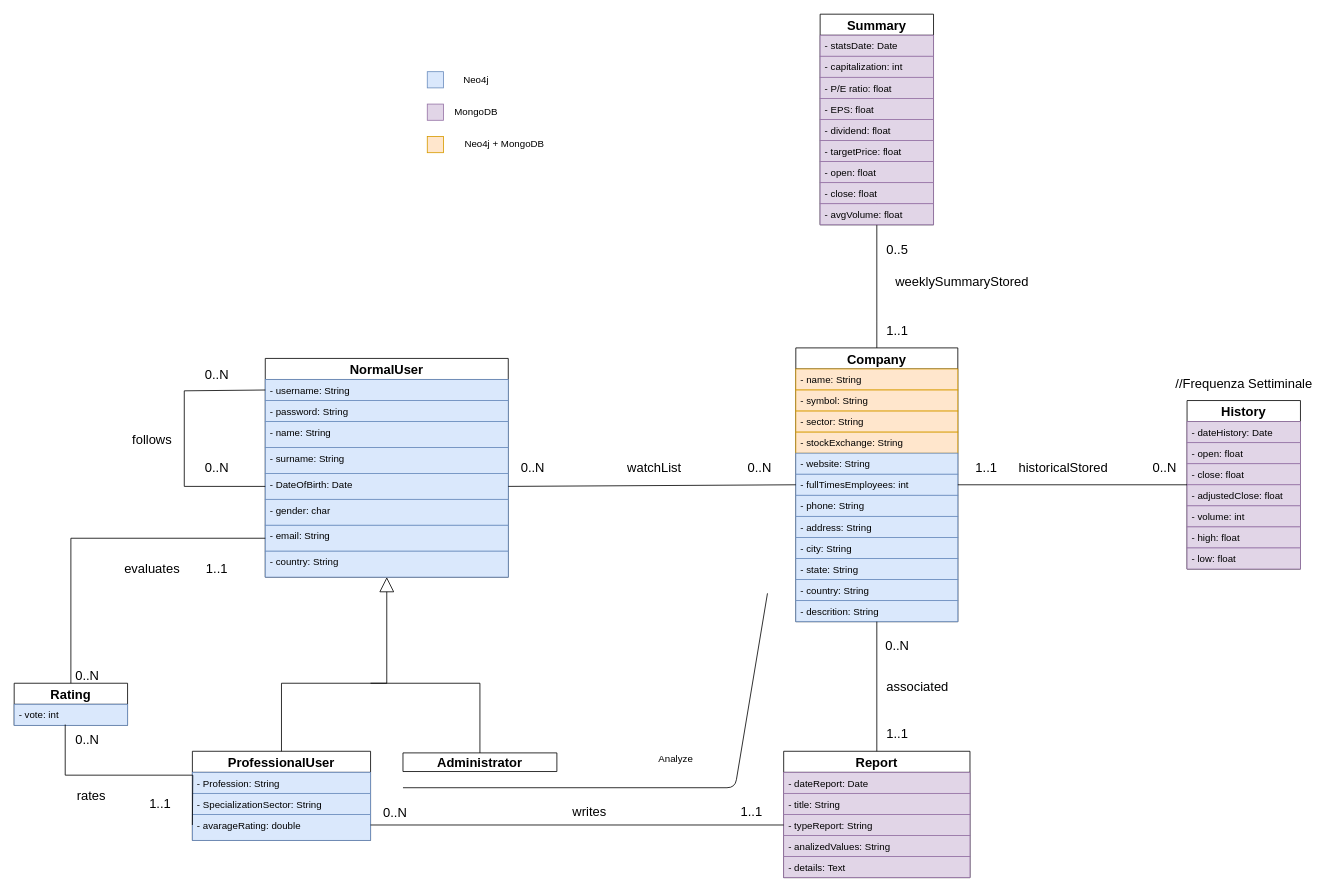
Matteo-Castrignano/CompaniesDiscoveryApplications keeps this draw.io diagram as page "Page-2" (2 of 2) of Diagrammi/ClassesDiagram.drawio. Above is the earlier version. Source tidied: cells renumbered, new cells numbered last; positions are measured from the earlier drawing's top-left corner, leaving out a move shared by most shapes. Both pictures are drawn from the tidied source at 81%, with x=0, y=0 at pixel (14, 14).
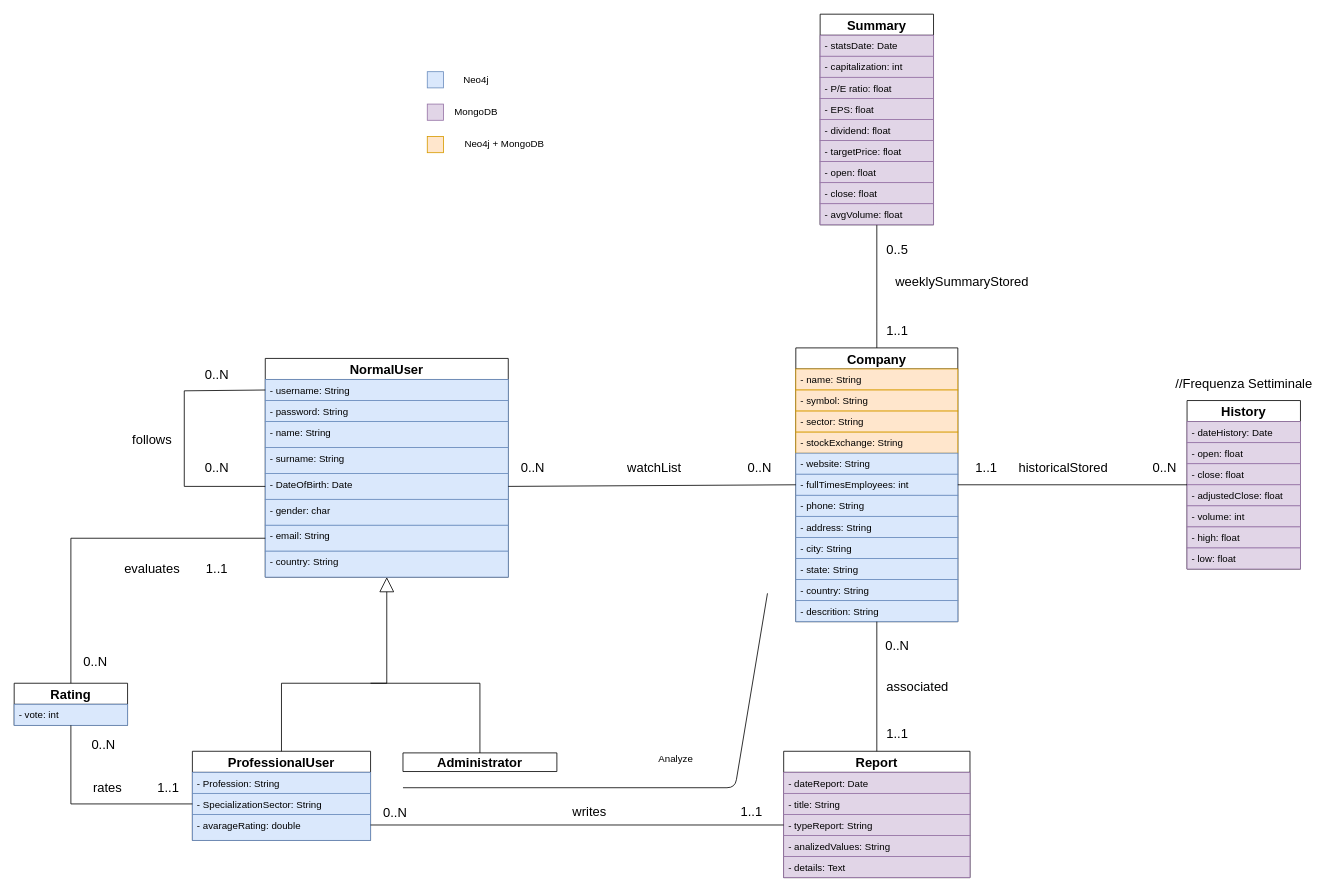
The same diagram, later.

Unchanged cells that the change refers to:
```xml
<mxCell id="14" value="- SpecializationSector: String" style="text;strokeColor=#6c8ebf;fillColor=#dae8fc;align=left;verticalAlign=top;spacingLeft=4;spacingRight=4;overflow=hidden;points=[[0,0.5],[1,0.5]];portConstraint=eastwest;" parent="12" vertex="1">
  <mxGeometry y="52" width="220" height="26" as="geometry" />
</mxCell>
<mxCell id="64" value="Rating" style="swimlane;fontStyle=1;horizontal=1;startSize=26;fillColor=none;fontSize=16;" parent="1" vertex="1">
  <mxGeometry y="826" width="140" height="52" as="geometry" />
</mxCell>
<mxCell id="65" value="- vote: int" style="text;strokeColor=#6c8ebf;fillColor=#dae8fc;align=left;verticalAlign=top;spacingLeft=4;spacingRight=4;overflow=hidden;points=[[0,0.5],[1,0.5]];portConstraint=eastwest;" parent="64" vertex="1">
  <mxGeometry y="26" width="140" height="26" as="geometry" />
</mxCell>
```

What changed in the source:
```diff
@@
-    <mxCell id="67" style="edgeStyle=orthogonalEdgeStyle;rounded=0;jettySize=auto;html=1;exitX=0;exitY=0.5;exitDx=0;exitDy=0;entryX=0.45;entryY=0.962;entryDx=0;entryDy=0;entryPerimeter=0;endArrow=none;endFill=0;strokeColor=#000000;fontSize=16;" parent="1" edge="1" target="65">
+    <mxCell id="67" style="edgeStyle=orthogonalEdgeStyle;rounded=0;jettySize=auto;html=1;endArrow=none;endFill=0;strokeColor=#000000;fontSize=16;exitX=0;exitY=0.5;exitDx=0;exitDy=0;entryX=0.5;entryY=1;entryDx=0;entryDy=0;" parent="1" edge="1" source="14" target="64">
       <mxGeometry relative="1" as="geometry">
-        <mxPoint x="220" y="1001" as="sourcePoint" />
+        <Array as="points">
+          <mxPoint x="70" y="975" />
+        </Array>
       </mxGeometry>
     </mxCell>
@@
     <mxCell id="69" value="rates" style="text;html=1;align=center;verticalAlign=middle;fontSize=16;" parent="1" vertex="1">
-      <mxGeometry x="70" y="955" width="50" height="20" as="geometry" />
+      <mxGeometry x="90" y="945" width="50" height="20" as="geometry" />
     </mxCell>
     <mxCell id="70" value="0..N" style="text;html=1;align=center;verticalAlign=middle;fontSize=16;" parent="1" vertex="1">
-      <mxGeometry x="70" y="806" width="40" height="20" as="geometry" />
+      <mxGeometry x="80" y="789" width="40" height="20" as="geometry" />
     </mxCell>
@@
     <mxCell id="72" value="0..N" style="text;html=1;align=center;verticalAlign=middle;fontSize=16;" parent="1" vertex="1">
-      <mxGeometry x="70" y="886" width="40" height="20" as="geometry" />
+      <mxGeometry x="90" y="892" width="40" height="20" as="geometry" />
     </mxCell>
     <mxCell id="73" value="1..1" style="text;html=1;align=center;verticalAlign=middle;fontSize=16;" parent="1" vertex="1">
-      <mxGeometry x="160" y="965" width="40" height="20" as="geometry" />
+      <mxGeometry x="170" y="945" width="40" height="20" as="geometry" />
     </mxCell>
```
